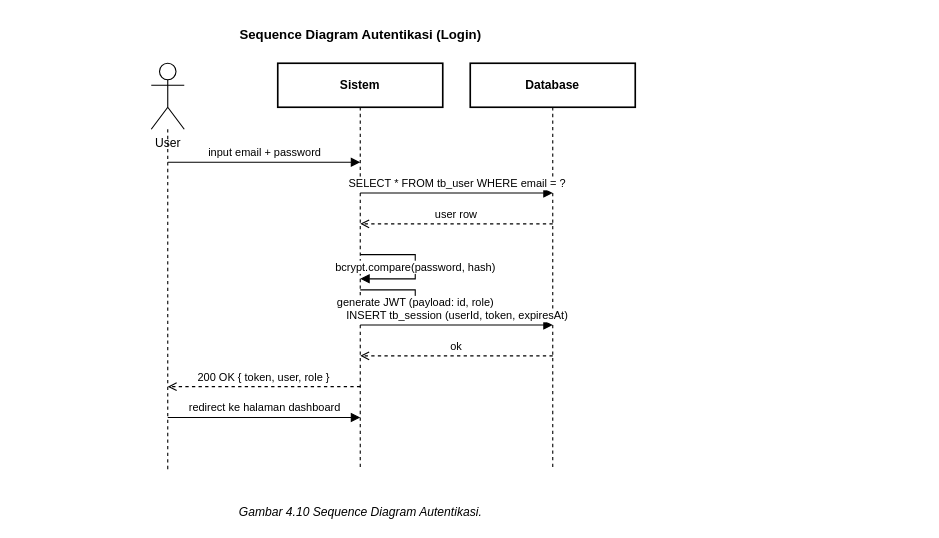
Earlier version of the draw.io diagram diagram/ai/Sequence/SD_AUTENTIKASI.drawio (evelleura/shi-dashboard). Source tidied: cells renumbered, new cells numbered last; positions are measured from the earlier drawing's top-left corner, leaving out a move shared by most shapes. Both pictures are drawn from the tidied source at 110%, with x=0, y=0 at pixel (19, 19).
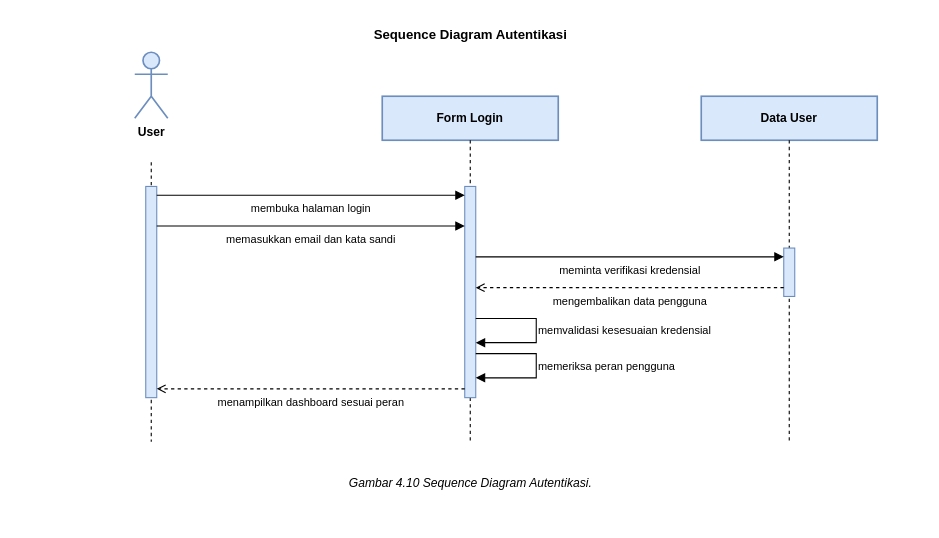
After the change.

Commit message (it also covers changes not shown here):
feat(diagram): rebuild sequence diagrams to Raharja academic standard

What changed in the source:
```diff
@@
-    <mxCell id="2" value="Sequence Diagram Autentikasi (Login)" style="text;html=1;align=center;fontSize=12;fontStyle=1;fontColor=#000000;" parent="1" vertex="1">
-      <mxGeometry width="620" height="20" as="geometry" />
+    <mxCell id="2" value="Sequence Diagram Autentikasi" style="text;html=1;align=center;fontSize=12;fontStyle=1;fontColor=#000000;" parent="1" vertex="1">
+      <mxGeometry width="820" height="20" as="geometry" />
     </mxCell>
-    <mxCell id="3" value="User" style="shape=umlActor;verticalLabelPosition=bottom;verticalAlign=top;html=1;strokeColor=#000000;fillColor=#FFFFFF;fontSize=11;fontColor=#000000;" parent="1" vertex="1">
-      <mxGeometry x="120" y="40" width="30" height="60" as="geometry" />
+    <mxCell id="3" value="User" style="shape=umlActor;verticalLabelPosition=bottom;verticalAlign=top;html=1;fillColor=#DAE8FC;strokeColor=#6C8EBF;strokeWidth=1.5;fontSize=11;fontColor=#000000;fontStyle=1;" parent="1" vertex="1">
+      <mxGeometry x="105" y="30" width="30" height="60" as="geometry" />
     </mxCell>
-    <mxCell id="4" style="endArrow=none;html=1;rounded=0;dashed=1;strokeColor=#000000;strokeWidth=1;" parent="1" edge="1">
-      <mxGeometry relative="1" as="geometry">
-        <mxPoint x="135" y="100" as="sourcePoint" />
-        <mxPoint x="135" y="410" as="targetPoint" />
-      </mxGeometry>
-    </mxCell>
-    <mxCell id="5" value="Sistem" style="rounded=0;whiteSpace=wrap;html=1;fillColor=#FFFFFF;strokeColor=#000000;strokeWidth=1.5;fontSize=11;fontColor=#000000;fontStyle=1;" parent="1" vertex="1">
-      <mxGeometry x="235" y="40" width="150" height="40" as="geometry" />
-    </mxCell>
-    <mxCell id="6" style="endArrow=none;html=1;rounded=0;dashed=1;strokeColor=#000000;strokeWidth=1;" parent="1" edge="1">
-      <mxGeometry relative="1" as="geometry">
-        <mxPoint x="310" y="80" as="sourcePoint" />
-        <mxPoint x="310" y="410" as="targetPoint" />
-      </mxGeometry>
-    </mxCell>
-    <mxCell id="7" value="Database" style="rounded=0;whiteSpace=wrap;html=1;fillColor=#FFFFFF;strokeColor=#000000;strokeWidth=1.5;fontSize=11;fontColor=#000000;fontStyle=1;" parent="1" vertex="1">
-      <mxGeometry x="410" y="40" width="150" height="40" as="geometry" />
-    </mxCell>
-    <mxCell id="8" style="endArrow=none;html=1;rounded=0;dashed=1;strokeColor=#000000;strokeWidth=1;" parent="1" edge="1">
-      <mxGeometry relative="1" as="geometry">
-        <mxPoint x="485" y="80" as="sourcePoint" />
-        <mxPoint x="485" y="410" as="targetPoint" />
-      </mxGeometry>
-    </mxCell>
+    <mxCell id="19" style="endArrow=none;html=1;rounded=0;dashed=1;strokeColor=#000000;strokeWidth=1;" parent="1" edge="1">
+      <mxGeometry relative="1" as="geometry">
+        <mxPoint x="120" y="130" as="sourcePoint" />
+        <mxPoint x="120" y="384" as="targetPoint" />
+      </mxGeometry>
+    </mxCell>
+    <mxCell id="20" value="Form Login" style="rounded=0;whiteSpace=wrap;html=1;fillColor=#DAE8FC;strokeColor=#6C8EBF;strokeWidth=1.5;fontSize=11;fontColor=#000000;fontStyle=1;" parent="1" vertex="1">
+      <mxGeometry x="330" y="70" width="160" height="40" as="geometry" />
+    </mxCell>
+    <mxCell id="21" style="endArrow=none;html=1;rounded=0;dashed=1;strokeColor=#000000;strokeWidth=1;exitX=0.5;exitY=1;exitDx=0;exitDy=0;" parent="1" edge="1" source="20">
+      <mxGeometry relative="1" as="geometry">
+        <mxPoint x="410" y="384" as="targetPoint" />
+      </mxGeometry>
+    </mxCell>
+    <mxCell id="22" value="Data User" style="rounded=0;whiteSpace=wrap;html=1;fillColor=#DAE8FC;strokeColor=#6C8EBF;strokeWidth=1.5;fontSize=11;fontColor=#000000;fontStyle=1;" parent="1" vertex="1">
+      <mxGeometry x="620" y="70" width="160" height="40" as="geometry" />
+    </mxCell>
+    <mxCell id="23" style="endArrow=none;html=1;rounded=0;dashed=1;strokeColor=#000000;strokeWidth=1;" parent="1" edge="1">
+      <mxGeometry relative="1" as="geometry">
+        <mxPoint x="700" y="110" as="sourcePoint" />
+        <mxPoint x="700" y="384" as="targetPoint" />
+      </mxGeometry>
+    </mxCell>
+    <mxCell id="24" style="rounded=0;whiteSpace=wrap;html=1;fillColor=#DAE8FC;strokeColor=#6C8EBF;strokeWidth=1;" parent="1" vertex="1">
+      <mxGeometry x="115" y="152" width="10" height="192" as="geometry" />
+    </mxCell>
+    <mxCell id="25" style="rounded=0;whiteSpace=wrap;html=1;fillColor=#DAE8FC;strokeColor=#6C8EBF;strokeWidth=1;" parent="1" vertex="1">
+      <mxGeometry x="405" y="152" width="10" height="192" as="geometry" />
+    </mxCell>
+    <mxCell id="26" style="rounded=0;whiteSpace=wrap;html=1;fillColor=#DAE8FC;strokeColor=#6C8EBF;strokeWidth=1;" parent="1" vertex="1">
+      <mxGeometry x="695" y="208" width="10" height="44" as="geometry" />
+    </mxCell>
-    <mxCell id="9" value="input email + password" style="endArrow=block;endFill=1;html=1;rounded=0;strokeColor=#000000;strokeWidth=1;fontSize=10;fontColor=#000000;align=center;verticalAlign=bottom;" parent="1" edge="1">
+    <mxCell id="9" value="membuka halaman login" style="endArrow=block;endFill=1;html=1;rounded=0;strokeColor=#000000;strokeWidth=1;fontSize=10;fontColor=#000000;align=center;verticalAlign=top;" parent="1" edge="1">
       <mxGeometry relative="1" as="geometry">
-        <mxPoint x="135" y="130" as="sourcePoint" />
-        <mxPoint x="310" y="130" as="targetPoint" />
+        <mxPoint x="125" y="160" as="sourcePoint" />
+        <mxPoint x="405" y="160" as="targetPoint" />
       </mxGeometry>
     </mxCell>
-    <mxCell id="10" value="SELECT * FROM tb_user WHERE email = ?" style="endArrow=block;endFill=1;html=1;rounded=0;strokeColor=#000000;strokeWidth=1;fontSize=10;fontColor=#000000;align=center;verticalAlign=bottom;" parent="1" edge="1">
+    <mxCell id="10" value="memasukkan email dan kata sandi" style="endArrow=block;endFill=1;html=1;rounded=0;strokeColor=#000000;strokeWidth=1;fontSize=10;fontColor=#000000;align=center;verticalAlign=top;" parent="1" edge="1">
       <mxGeometry relative="1" as="geometry">
-        <mxPoint x="310" y="158" as="sourcePoint" />
-        <mxPoint x="485" y="158" as="targetPoint" />
+        <mxPoint x="125" y="188" as="sourcePoint" />
+        <mxPoint x="405" y="188" as="targetPoint" />
       </mxGeometry>
     </mxCell>
-    <mxCell id="11" value="user row" style="endArrow=open;endFill=0;html=1;rounded=0;dashed=1;strokeColor=#000000;strokeWidth=1;fontSize=10;fontColor=#000000;align=center;verticalAlign=bottom;" parent="1" edge="1">
+    <mxCell id="11" value="meminta verifikasi kredensial" style="endArrow=block;endFill=1;html=1;rounded=0;strokeColor=#000000;strokeWidth=1;fontSize=10;fontColor=#000000;align=center;verticalAlign=top;" parent="1" edge="1">
       <mxGeometry relative="1" as="geometry">
-        <mxPoint x="485" y="186" as="sourcePoint" />
-        <mxPoint x="310" y="186" as="targetPoint" />
+        <mxPoint x="415" y="216" as="sourcePoint" />
+        <mxPoint x="695" y="216" as="targetPoint" />
       </mxGeometry>
     </mxCell>
-    <mxCell id="12" value="bcrypt.compare(password, hash)" style="endArrow=block;endFill=1;html=1;rounded=0;strokeColor=#000000;strokeWidth=1;fontSize=10;fontColor=#000000;" parent="1" edge="1">
+    <mxCell id="12" value="mengembalikan data pengguna" style="endArrow=open;endFill=0;html=1;rounded=0;dashed=1;strokeColor=#000000;strokeWidth=1;fontSize=10;fontColor=#000000;align=center;verticalAlign=top;" parent="1" edge="1">
       <mxGeometry relative="1" as="geometry">
-        <mxPoint x="310" y="214" as="sourcePoint" />
-        <mxPoint x="310" y="236" as="targetPoint" />
-        <Array as="points">
-          <mxPoint x="360" y="214" />
-          <mxPoint x="360" y="236" />
-        </Array>
+        <mxPoint x="695" y="244" as="sourcePoint" />
+        <mxPoint x="415" y="244" as="targetPoint" />
       </mxGeometry>
     </mxCell>
-    <mxCell id="13" value="generate JWT (payload: id, role)" style="endArrow=block;endFill=1;html=1;rounded=0;strokeColor=#000000;strokeWidth=1;fontSize=10;fontColor=#000000;" parent="1" edge="1">
+    <mxCell id="13" value="memvalidasi kesesuaian kredensial" style="endArrow=block;endFill=1;html=1;rounded=0;strokeColor=#000000;strokeWidth=1;fontSize=10;fontColor=#000000;align=left;verticalAlign=middle;" parent="1" edge="1">
       <mxGeometry relative="1" as="geometry">
-        <mxPoint x="310" y="246" as="sourcePoint" />
-        <mxPoint x="310" y="268" as="targetPoint" />
+        <mxPoint x="415" y="272" as="sourcePoint" />
+        <mxPoint x="415" y="294" as="targetPoint" />
         <Array as="points">
-          <mxPoint x="360" y="246" />
-          <mxPoint x="360" y="268" />
+          <mxPoint x="470" y="272" />
+          <mxPoint x="470" y="294" />
         </Array>
       </mxGeometry>
     </mxCell>
-    <mxCell id="14" value="INSERT tb_session (userId, token, expiresAt)" style="endArrow=block;endFill=1;html=1;rounded=0;strokeColor=#000000;strokeWidth=1;fontSize=10;fontColor=#000000;align=center;verticalAlign=bottom;" parent="1" edge="1">
+    <mxCell id="14" value="memeriksa peran pengguna" style="endArrow=block;endFill=1;html=1;rounded=0;strokeColor=#000000;strokeWidth=1;fontSize=10;fontColor=#000000;align=left;verticalAlign=middle;" parent="1" edge="1">
       <mxGeometry relative="1" as="geometry">
-        <mxPoint x="310" y="278" as="sourcePoint" />
-        <mxPoint x="485" y="278" as="targetPoint" />
+        <mxPoint x="415" y="304" as="sourcePoint" />
+        <mxPoint x="415" y="326" as="targetPoint" />
+        <Array as="points">
+          <mxPoint x="470" y="304" />
+          <mxPoint x="470" y="326" />
+        </Array>
       </mxGeometry>
     </mxCell>
-    <mxCell id="15" value="ok" style="endArrow=open;endFill=0;html=1;rounded=0;dashed=1;strokeColor=#000000;strokeWidth=1;fontSize=10;fontColor=#000000;align=center;verticalAlign=bottom;" parent="1" edge="1">
+    <mxCell id="15" value="menampilkan dashboard sesuai peran" style="endArrow=open;endFill=0;html=1;rounded=0;dashed=1;strokeColor=#000000;strokeWidth=1;fontSize=10;fontColor=#000000;align=center;verticalAlign=top;" parent="1" edge="1">
       <mxGeometry relative="1" as="geometry">
-        <mxPoint x="485" y="306" as="sourcePoint" />
-        <mxPoint x="310" y="306" as="targetPoint" />
+        <mxPoint x="405" y="336" as="sourcePoint" />
+        <mxPoint x="125" y="336" as="targetPoint" />
       </mxGeometry>
     </mxCell>
-    <mxCell id="16" value="200 OK { token, user, role }" style="endArrow=open;endFill=0;html=1;rounded=0;dashed=1;strokeColor=#000000;strokeWidth=1;fontSize=10;fontColor=#000000;align=center;verticalAlign=bottom;" parent="1" edge="1">
-      <mxGeometry relative="1" as="geometry">
-        <mxPoint x="310" y="334" as="sourcePoint" />
-        <mxPoint x="135" y="334" as="targetPoint" />
-      </mxGeometry>
-    </mxCell>
-    <mxCell id="17" value="redirect ke halaman dashboard" style="endArrow=block;endFill=1;html=1;rounded=0;strokeColor=#000000;strokeWidth=1;fontSize=10;fontColor=#000000;align=center;verticalAlign=bottom;" parent="1" edge="1">
-      <mxGeometry relative="1" as="geometry">
-        <mxPoint x="135" y="362" as="sourcePoint" />
-        <mxPoint x="310" y="362" as="targetPoint" />
-      </mxGeometry>
-    </mxCell>
     <mxCell id="18" value="Gambar 4.10 Sequence Diagram Autentikasi." style="text;html=1;align=center;fontSize=11;fontStyle=2;fontColor=#000000;" parent="1" vertex="1">
-      <mxGeometry y="435" width="620" height="20" as="geometry" />
+      <mxGeometry y="409" width="820" height="20" as="geometry" />
     </mxCell>
```
